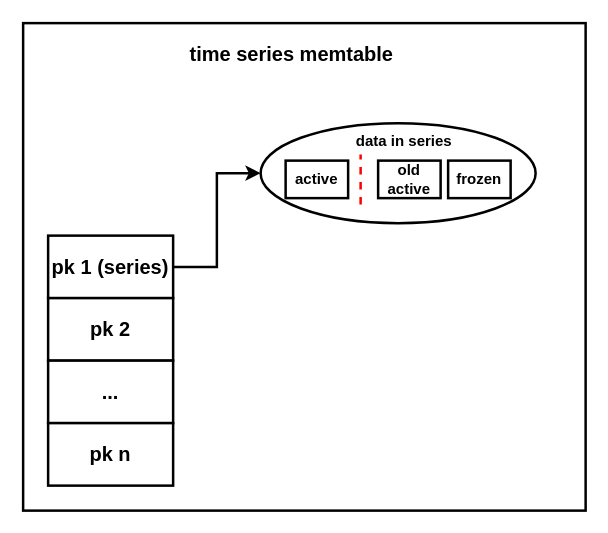
The draw.io diagram memtable.drawio in Rachelint/drawio-store, before the edit. Source tidied: cells renumbered, new cells numbered last; positions are measured from the earlier drawing's top-left corner, leaving out a move shared by most shapes. Both pictures are drawn from the tidied source at 125%, with x=0, y=0 at pixel (22, 22).
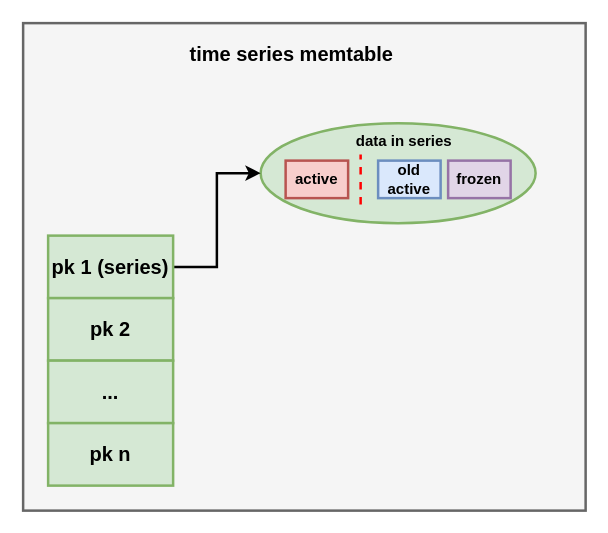
Above is the later version.

The edit, as a diff of the source:
```diff
@@
 <mxGraphModel>
   <root>
     <mxCell id="0" />
     <mxCell id="1" parent="0" />
-    <mxCell id="2" style="rounded=0;whiteSpace=wrap;html=1;fontStyle=1;strokeWidth=2;" parent="1" vertex="1">
+    <mxCell id="2" style="rounded=0;whiteSpace=wrap;html=1;fontStyle=1;strokeWidth=2;fillColor=#f5f5f5;fontColor=#333333;strokeColor=#666666;" parent="1" vertex="1">
       <mxGeometry width="450" height="390" as="geometry" />
     </mxCell>
-    <mxCell id="3" style="ellipse;whiteSpace=wrap;html=1;fontStyle=1;strokeWidth=2;" parent="1" vertex="1">
+    <mxCell id="3" style="ellipse;whiteSpace=wrap;html=1;fontStyle=1;strokeWidth=2;fillColor=#d5e8d4;strokeColor=#82b366;" parent="1" vertex="1">
       <mxGeometry x="190" y="80" width="220" height="80" as="geometry" />
     </mxCell>
     <mxCell id="4" style="edgeStyle=orthogonalEdgeStyle;rounded=0;jettySize=auto;html=1;exitX=1;exitY=0.5;exitDx=0;exitDy=0;entryX=0;entryY=0.5;entryDx=0;entryDy=0;fontStyle=1;strokeWidth=2;" parent="1" edge="1" source="5" target="3">
       <mxGeometry relative="1" as="geometry" />
     </mxCell>
-    <mxCell id="5" value="&lt;font style=&quot;font-size: 16px;&quot;&gt;pk 1 (series)&lt;/font&gt;" style="rounded=0;whiteSpace=wrap;html=1;fontStyle=1;strokeWidth=2;" parent="1" vertex="1">
+    <mxCell id="5" value="&lt;font style=&quot;font-size: 16px;&quot;&gt;pk 1 (series)&lt;/font&gt;" style="rounded=0;whiteSpace=wrap;html=1;fontStyle=1;strokeWidth=2;fillColor=#d5e8d4;strokeColor=#82b366;" parent="1" vertex="1">
       <mxGeometry x="20" y="170" width="100" height="50" as="geometry" />
     </mxCell>
-    <mxCell id="6" value="&lt;font style=&quot;font-size: 16px;&quot;&gt;pk 2&lt;/font&gt;" style="rounded=0;whiteSpace=wrap;html=1;fontStyle=1;strokeWidth=2;" parent="1" vertex="1">
+    <mxCell id="6" value="&lt;font style=&quot;font-size: 16px;&quot;&gt;pk 2&lt;/font&gt;" style="rounded=0;whiteSpace=wrap;html=1;fontStyle=1;strokeWidth=2;fillColor=#d5e8d4;strokeColor=#82b366;" parent="1" vertex="1">
       <mxGeometry x="20" y="220" width="100" height="50" as="geometry" />
     </mxCell>
-    <mxCell id="7" value="&lt;font style=&quot;font-size: 16px;&quot;&gt;...&lt;/font&gt;" style="rounded=0;whiteSpace=wrap;html=1;fontStyle=1;strokeWidth=2;" parent="1" vertex="1">
+    <mxCell id="7" value="&lt;font style=&quot;font-size: 16px;&quot;&gt;...&lt;/font&gt;" style="rounded=0;whiteSpace=wrap;html=1;fontStyle=1;strokeWidth=2;fillColor=#d5e8d4;strokeColor=#82b366;" parent="1" vertex="1">
       <mxGeometry x="20" y="270" width="100" height="50" as="geometry" />
     </mxCell>
-    <mxCell id="8" value="&lt;font style=&quot;font-size: 16px;&quot;&gt;pk n&lt;/font&gt;" style="rounded=0;whiteSpace=wrap;html=1;fontStyle=1;strokeWidth=2;" parent="1" vertex="1">
+    <mxCell id="8" value="&lt;font style=&quot;font-size: 16px;&quot;&gt;pk n&lt;/font&gt;" style="rounded=0;whiteSpace=wrap;html=1;fontStyle=1;strokeWidth=2;fillColor=#d5e8d4;strokeColor=#82b366;" parent="1" vertex="1">
       <mxGeometry x="20" y="320" width="100" height="50" as="geometry" />
     </mxCell>
-    <mxCell id="9" value="&lt;div&gt;old&lt;/div&gt;&lt;div&gt;active&lt;br&gt;&lt;/div&gt;" style="rounded=0;whiteSpace=wrap;html=1;fontStyle=1;strokeWidth=2;" parent="1" vertex="1">
+    <mxCell id="9" value="&lt;div&gt;old&lt;/div&gt;&lt;div&gt;active&lt;br&gt;&lt;/div&gt;" style="rounded=0;whiteSpace=wrap;html=1;fontStyle=1;strokeWidth=2;fillColor=#dae8fc;strokeColor=#6c8ebf;" parent="1" vertex="1">
       <mxGeometry x="284" y="110" width="50" height="30" as="geometry" />
     </mxCell>
-    <mxCell id="10" value="frozen" style="rounded=0;whiteSpace=wrap;html=1;fontStyle=1;strokeWidth=2;" parent="1" vertex="1">
+    <mxCell id="10" value="frozen" style="rounded=0;whiteSpace=wrap;html=1;fontStyle=1;strokeWidth=2;fillColor=#e1d5e7;strokeColor=#9673a6;" parent="1" vertex="1">
       <mxGeometry x="340" y="110" width="50" height="30" as="geometry" />
     </mxCell>
-    <mxCell id="11" value="active" style="rounded=0;whiteSpace=wrap;html=1;fontStyle=1;strokeWidth=2;" parent="1" vertex="1">
+    <mxCell id="11" value="active" style="rounded=0;whiteSpace=wrap;html=1;fontStyle=1;strokeWidth=2;fillColor=#f8cecc;strokeColor=#b85450;" parent="1" vertex="1">
       <mxGeometry x="210" y="110" width="50" height="30" as="geometry" />
     </mxCell>
     <mxCell id="12" value="data in series" style="text;html=1;strokeColor=none;fillColor=none;align=center;verticalAlign=middle;whiteSpace=wrap;rounded=0;fontStyle=1;strokeWidth=2;" parent="1" vertex="1">
       <mxGeometry x="260" y="80" width="90" height="30" as="geometry" />
     </mxCell>
     <mxCell id="13" style="endArrow=none;dashed=1;html=1;rounded=0;strokeColor=#FF0000;fontStyle=1;fontSize=15;strokeWidth=2;" parent="1" edge="1">
       <mxGeometry relative="1" as="geometry">
         <mxPoint x="270" y="145" as="sourcePoint" />
         <mxPoint x="270" y="105" as="targetPoint" />
       </mxGeometry>
     </mxCell>
     <mxCell id="14" value="&lt;font style=&quot;font-size: 16px;&quot;&gt;time series memtable&lt;/font&gt;" style="text;html=1;strokeColor=none;fillColor=none;align=center;verticalAlign=middle;whiteSpace=wrap;rounded=0;fontStyle=1;strokeWidth=2;" parent="1" vertex="1">
       <mxGeometry x="130" y="10" width="170" height="30" as="geometry" />
     </mxCell>
   </root>
 </mxGraphModel>
```
